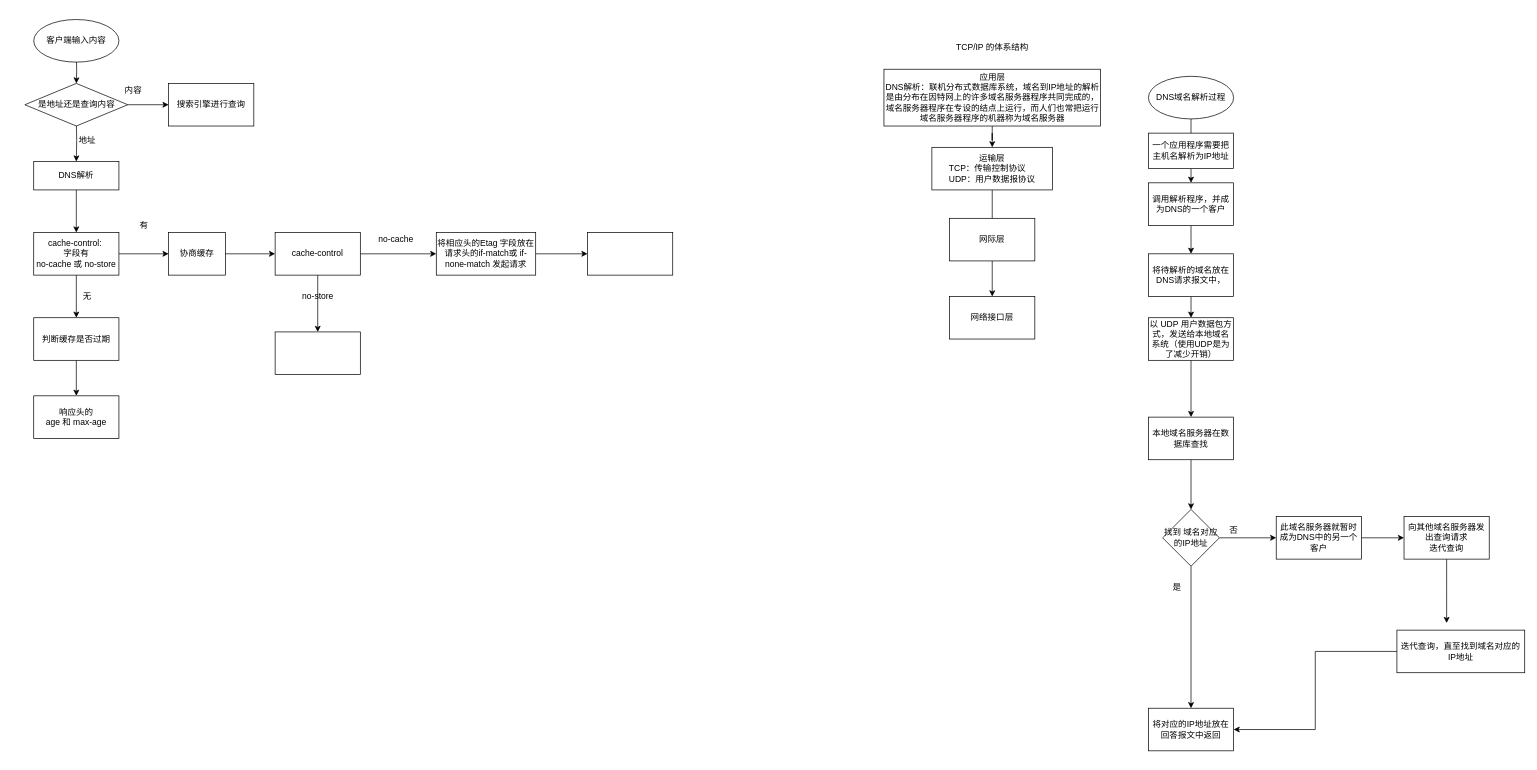
This is source/processs/输入URL发生了什么.drawio from lixingjuan/blog, a draw.io file, before an edit. Source tidied: cells renumbered, new cells numbered last; positions are measured from the earlier drawing's top-left corner, leaving out a move shared by most shapes. Both pictures are drawn from the tidied source at 71%, with x=0, y=0 at pixel (25, 19).
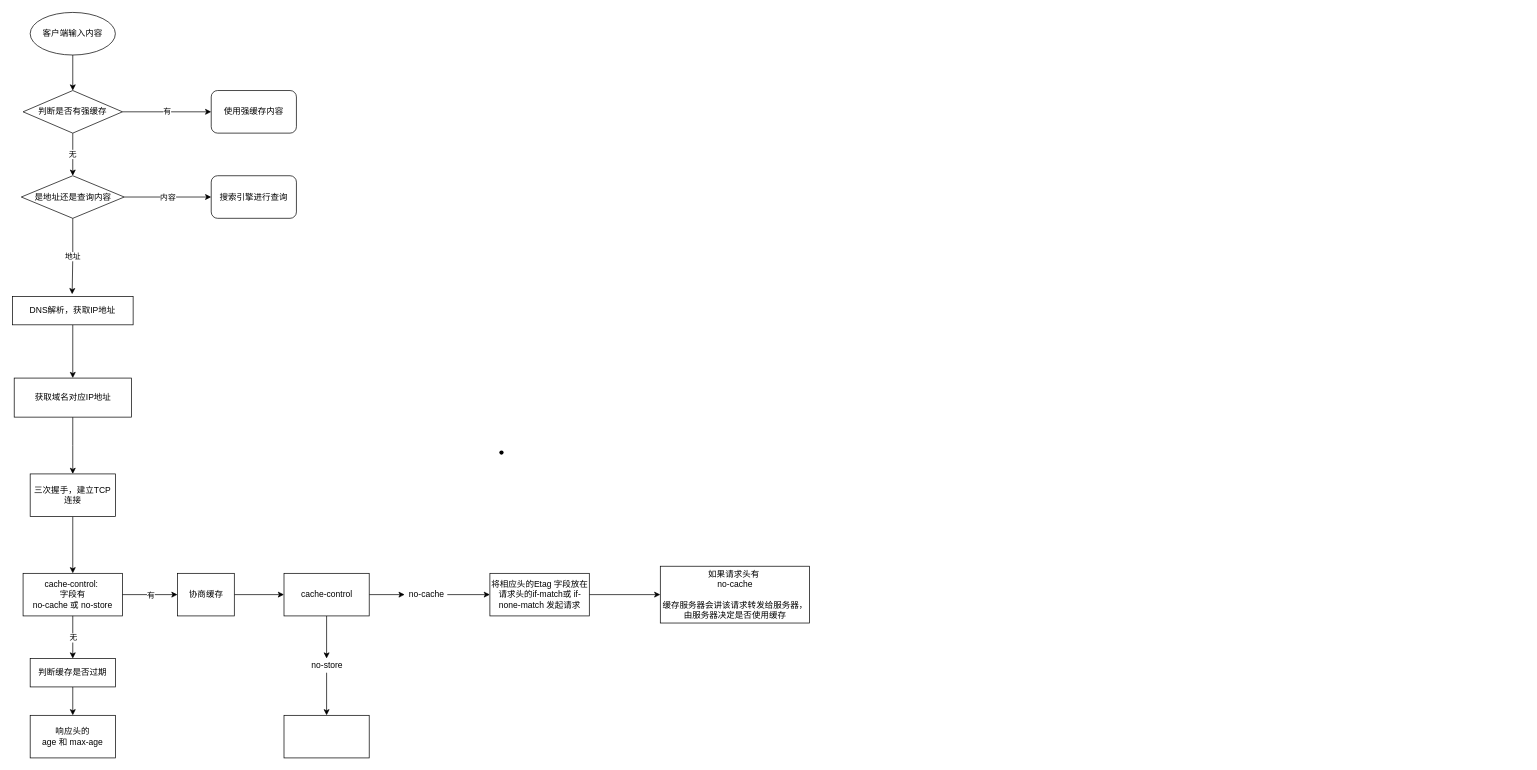
After the change.

Commit message:
fix: 输入URL发生了什么

The edit, as a diff of the source:
```diff
@@
-    <mxCell id="2" style="edgeStyle=orthogonalEdgeStyle;rounded=0;jettySize=auto;html=1;" parent="1" edge="1" target="5">
-      <mxGeometry relative="1" as="geometry">
-        <mxPoint x="72" y="140" as="sourcePoint" />
-      </mxGeometry>
-    </mxCell>
-    <mxCell id="3" style="edgeStyle=orthogonalEdgeStyle;rounded=0;jettySize=auto;html=1;entryX=0.5;entryY=0;entryDx=0;entryDy=0;" parent="1" edge="1" target="26">
-      <mxGeometry relative="1" as="geometry">
-        <mxPoint x="72" y="50" as="sourcePoint" />
-      </mxGeometry>
-    </mxCell>
-    <mxCell id="4" style="edgeStyle=orthogonalEdgeStyle;rounded=0;jettySize=auto;html=1;exitX=0.5;exitY=1;exitDx=0;exitDy=0;" parent="1" edge="1" source="5" target="8">
-      <mxGeometry relative="1" as="geometry" />
-    </mxCell>
+    <mxCell id="63" style="edgeStyle=orthogonalEdgeStyle;rounded=0;jettySize=auto;html=1;" parent="1" edge="1" source="5">
+      <mxGeometry relative="1" as="geometry">
+        <mxPoint x="67" y="640" as="targetPoint" />
+      </mxGeometry>
+    </mxCell>
-    <mxCell id="5" value="DNS解析" style="rounded=0;whiteSpace=wrap;html=1;" parent="1" vertex="1">
-      <mxGeometry x="12" y="200" width="120" height="40" as="geometry" />
+    <mxCell id="5" value="获取域名对应IP地址" style="rounded=0;whiteSpace=wrap;html=1;" parent="1" vertex="1">
+      <mxGeometry x="-15.5" y="505" width="165" height="55" as="geometry" />
     </mxCell>
-    <mxCell id="6" style="edgeStyle=orthogonalEdgeStyle;rounded=0;jettySize=auto;html=1;exitX=1;exitY=0.5;exitDx=0;exitDy=0;" parent="1" edge="1" source="8" target="11">
-      <mxGeometry relative="1" as="geometry" />
-    </mxCell>
-    <mxCell id="7" style="edgeStyle=orthogonalEdgeStyle;rounded=0;jettySize=auto;html=1;exitX=0.5;exitY=1;exitDx=0;exitDy=0;" parent="1" edge="1" source="8" target="13">
-      <mxGeometry relative="1" as="geometry" />
-    </mxCell>
     <mxCell id="8" value="cache-control:&amp;nbsp;&lt;br&gt;字段有&lt;br&gt;no-cache 或 no-store" style="rounded=0;whiteSpace=wrap;html=1;" parent="1" vertex="1">
-      <mxGeometry x="12" y="300" width="120" height="60" as="geometry" />
+      <mxGeometry x="-3" y="780" width="140" height="60" as="geometry" />
     </mxCell>
-    <mxCell id="9" style="edgeStyle=orthogonalEdgeStyle;rounded=0;jettySize=auto;html=1;exitX=1;exitY=0.5;exitDx=0;exitDy=0;" parent="1" edge="1" source="20" target="18">
-      <mxGeometry relative="1" as="geometry" />
-    </mxCell>
-    <mxCell id="10" style="edgeStyle=orthogonalEdgeStyle;rounded=0;jettySize=auto;html=1;entryX=0;entryY=0.5;entryDx=0;entryDy=0;" parent="1" edge="1" source="11" target="20">
+    <mxCell id="10" style="edgeStyle=orthogonalEdgeStyle;rounded=0;jettySize=auto;html=1;" parent="1" edge="1" source="11" target="20">
       <mxGeometry relative="1" as="geometry" />
     </mxCell>
     <mxCell id="11" value="协商缓存" style="rounded=0;whiteSpace=wrap;html=1;" parent="1" vertex="1">
-      <mxGeometry x="202" y="300" width="80" height="60" as="geometry" />
+      <mxGeometry x="214.5" y="780" width="80" height="60" as="geometry" />
     </mxCell>
@@
     <mxCell id="13" value="判断缓存是否过期" style="rounded=0;whiteSpace=wrap;html=1;" parent="1" vertex="1">
-      <mxGeometry x="12" y="420" width="120" height="60" as="geometry" />
+      <mxGeometry x="7" y="900" width="120" height="40" as="geometry" />
     </mxCell>
-    <mxCell id="14" value="有" style="text;html=1;align=center;verticalAlign=middle;strokeColor=none;" parent="1" vertex="1">
-      <mxGeometry x="152" y="280" width="30" height="20" as="geometry" />
-    </mxCell>
     <mxCell id="15" value="响应头的&lt;br&gt;age 和 max-age" style="rounded=0;whiteSpace=wrap;html=1;" parent="1" vertex="1">
-      <mxGeometry x="12" y="530" width="120" height="60" as="geometry" />
+      <mxGeometry x="7" y="980" width="120" height="60" as="geometry" />
     </mxCell>
-    <mxCell id="16" value="无" style="text;html=1;align=center;verticalAlign=middle;strokeColor=none;" parent="1" vertex="1">
-      <mxGeometry x="72" y="380" width="30" height="20" as="geometry" />
-    </mxCell>
-    <mxCell id="17" style="edgeStyle=orthogonalEdgeStyle;rounded=0;jettySize=auto;html=1;entryX=0;entryY=0.5;entryDx=0;entryDy=0;" parent="1" edge="1" source="18" target="24">
-      <mxGeometry relative="1" as="geometry" />
-    </mxCell>
+    <mxCell id="64" style="edgeStyle=orthogonalEdgeStyle;rounded=0;jettySize=auto;html=1;" parent="1" edge="1" source="18" target="72">
+      <mxGeometry relative="1" as="geometry" />
+    </mxCell>
     <mxCell id="18" value="将相应头的Etag 字段放在请求头的if-match或 if-none-match 发起请求" style="whiteSpace=wrap;html=1;rounded=0;" parent="1" vertex="1">
-      <mxGeometry x="579" y="300" width="140" height="60" as="geometry" />
+      <mxGeometry x="654.5" y="780" width="140" height="60" as="geometry" />
     </mxCell>
-    <mxCell id="19" style="edgeStyle=orthogonalEdgeStyle;rounded=0;jettySize=auto;html=1;entryX=0.5;entryY=0;entryDx=0;entryDy=0;" parent="1" edge="1" source="20" target="22">
-      <mxGeometry relative="1" as="geometry" />
-    </mxCell>
+    <mxCell id="65" style="edgeStyle=orthogonalEdgeStyle;rounded=0;jettySize=auto;html=1;" parent="1" edge="1" source="20" target="21">
+      <mxGeometry relative="1" as="geometry" />
+    </mxCell>
+    <mxCell id="66" style="edgeStyle=orthogonalEdgeStyle;rounded=0;jettySize=auto;html=1;" parent="1" edge="1" source="20" target="23">
+      <mxGeometry relative="1" as="geometry" />
+    </mxCell>
     <mxCell id="20" value="cache-control" style="whiteSpace=wrap;html=1;" parent="1" vertex="1">
-      <mxGeometry x="352" y="300" width="120" height="60" as="geometry" />
+      <mxGeometry x="364.5" y="780" width="120" height="60" as="geometry" />
     </mxCell>
+    <mxCell id="67" style="edgeStyle=orthogonalEdgeStyle;rounded=0;jettySize=auto;html=1;" parent="1" edge="1" source="21" target="18">
+      <mxGeometry relative="1" as="geometry" />
+    </mxCell>
     <mxCell id="21" value="no-cache" style="text;html=1;align=center;verticalAlign=middle;points=[];strokeColor=none;" parent="1" vertex="1">
-      <mxGeometry x="492" y="300" width="60" height="20" as="geometry" />
+      <mxGeometry x="534.5" y="800" width="60" height="20" as="geometry" />
     </mxCell>
     <mxCell id="22" style="whiteSpace=wrap;html=1;" parent="1" vertex="1">
-      <mxGeometry x="352" y="440" width="120" height="60" as="geometry" />
+      <mxGeometry x="364.5" y="980" width="120" height="60" as="geometry" />
     </mxCell>
+    <mxCell id="68" style="edgeStyle=orthogonalEdgeStyle;rounded=0;jettySize=auto;html=1;" parent="1" edge="1" source="23" target="22">
+      <mxGeometry relative="1" as="geometry" />
+    </mxCell>
     <mxCell id="23" value="no-store" style="text;html=1;align=center;verticalAlign=middle;points=[];strokeColor=none;" parent="1" vertex="1">
-      <mxGeometry x="382" y="380" width="60" height="20" as="geometry" />
+      <mxGeometry x="394.5" y="900" width="60" height="20" as="geometry" />
     </mxCell>
-    <mxCell id="24" style="whiteSpace=wrap;html=1;" parent="1" vertex="1">
-      <mxGeometry x="792" y="300" width="120" height="60" as="geometry" />
-    </mxCell>
-    <mxCell id="25" style="edgeStyle=orthogonalEdgeStyle;rounded=0;jettySize=auto;html=1;entryX=0;entryY=0.5;entryDx=0;entryDy=0;" parent="1" edge="1" source="26" target="28">
-      <mxGeometry relative="1" as="geometry" />
-    </mxCell>
+    <mxCell id="29" value="内容" style="edgeStyle=orthogonalEdgeStyle;rounded=0;jettySize=auto;html=1;entryX=0;entryY=0.5;entryDx=0;entryDy=0;" parent="1" edge="1" source="26" target="28">
+      <mxGeometry relative="1" as="geometry" />
+    </mxCell>
+    <mxCell id="27" value="地址" style="edgeStyle=orthogonalEdgeStyle;rounded=0;jettySize=auto;html=1;entryX=0.495;entryY=-0.078;entryDx=0;entryDy=0;entryPerimeter=0;" parent="1" edge="1" source="26" target="71">
+      <mxGeometry relative="1" as="geometry" />
+    </mxCell>
     <mxCell id="26" value="是地址还是查询内容" style="rhombus;whiteSpace=wrap;html=1;" parent="1" vertex="1">
-      <mxGeometry x="-0.5" y="90" width="145" height="60" as="geometry" />
+      <mxGeometry x="-5.5" y="220" width="145" height="60" as="geometry" />
     </mxCell>
-    <mxCell id="27" value="地址" style="text;html=1;align=center;verticalAlign=middle;strokeColor=none;" parent="1" vertex="1">
-      <mxGeometry x="67" y="160" width="40" height="20" as="geometry" />
-    </mxCell>
+    <mxCell id="69" style="edgeStyle=orthogonalEdgeStyle;rounded=0;jettySize=auto;html=1;entryX=0.5;entryY=0;entryDx=0;entryDy=0;" parent="1" edge="1" source="30" target="78">
+      <mxGeometry relative="1" as="geometry" />
+    </mxCell>
+    <mxCell id="30" value="客户端输入内容" style="ellipse;whiteSpace=wrap;html=1;" parent="1" vertex="1">
+      <mxGeometry x="7" y="-10" width="120" height="60" as="geometry" />
+    </mxCell>
+    <mxCell id="70" style="edgeStyle=orthogonalEdgeStyle;rounded=0;jettySize=auto;html=1;entryX=0.5;entryY=0;entryDx=0;entryDy=0;" parent="1" edge="1" source="71" target="5">
+      <mxGeometry relative="1" as="geometry" />
+    </mxCell>
+    <mxCell id="71" value="DNS解析，获取IP地址" style="whiteSpace=wrap;html=1;" parent="1" vertex="1">
+      <mxGeometry x="-18" y="390" width="170" height="40" as="geometry" />
+    </mxCell>
+    <mxCell id="72" value="如果请求头有&amp;nbsp;&lt;br&gt;no-cache&lt;br&gt;&lt;br&gt;缓存服务器会讲该请求转发给服务器，由服务器决定是否使用缓存" style="whiteSpace=wrap;html=1;" parent="1" vertex="1">
+      <mxGeometry x="894.5" y="770" width="210" height="80" as="geometry" />
+    </mxCell>
+    <mxCell id="6" style="endArrow=classic;html=1;entryX=0;entryY=0.5;entryDx=0;entryDy=0;" parent="1" edge="1" source="8" target="11">
+      <mxGeometry relative="1" as="geometry" />
+    </mxCell>
+    <mxCell id="73" value="有" style="edgeLabel;html=1;align=center;verticalAlign=middle;" parent="6" vertex="1">
+      <mxGeometry relative="1" as="geometry" />
+    </mxCell>
+    <mxCell id="7" style="endArrow=classic;html=1;exitX=0.5;exitY=1;exitDx=0;exitDy=0;entryX=0.5;entryY=0;entryDx=0;entryDy=0;" parent="1" edge="1" source="8" target="13">
+      <mxGeometry relative="1" as="geometry" />
+    </mxCell>
+    <mxCell id="74" value="无" style="edgeLabel;html=1;align=center;verticalAlign=middle;" parent="7" vertex="1">
+      <mxGeometry relative="1" as="geometry" />
+    </mxCell>
+    <mxCell id="75" style="shape=waypoint;sketch=0;size=6;fillColor=none;perimeter=centerPerimeter;" parent="1" vertex="1">
+      <mxGeometry x="650.8" y="590" width="40" height="40" as="geometry" />
+    </mxCell>
+    <mxCell id="76" value="有" style="edgeStyle=orthogonalEdgeStyle;rounded=0;jettySize=auto;html=1;entryX=0;entryY=0.5;entryDx=0;entryDy=0;" parent="1" edge="1" source="78" target="79">
+      <mxGeometry relative="1" as="geometry" />
+    </mxCell>
+    <mxCell id="77" value="无" style="edgeStyle=orthogonalEdgeStyle;rounded=0;jettySize=auto;html=1;entryX=0.5;entryY=0;entryDx=0;entryDy=0;" parent="1" edge="1" source="78" target="26">
+      <mxGeometry relative="1" as="geometry" />
+    </mxCell>
+    <mxCell id="78" value="&lt;span&gt;判断是否有强缓存&lt;/span&gt;" style="rhombus;whiteSpace=wrap;html=1;" parent="1" vertex="1">
+      <mxGeometry x="-3" y="100" width="140" height="60" as="geometry" />
+    </mxCell>
+    <mxCell id="79" value="使用强缓存内容" style="rounded=1;whiteSpace=wrap;html=1;" parent="1" vertex="1">
+      <mxGeometry x="262" y="100" width="120" height="60" as="geometry" />
+    </mxCell>
-    <mxCell id="28" value="搜索引擎进行查询" style="whiteSpace=wrap;html=1;" parent="1" vertex="1">
-      <mxGeometry x="202" y="90" width="120" height="60" as="geometry" />
+    <mxCell id="28" value="&lt;span&gt;搜索引擎进行查询&lt;/span&gt;" style="rounded=1;whiteSpace=wrap;html=1;" parent="1" vertex="1">
+      <mxGeometry x="262" y="220" width="120" height="60" as="geometry" />
     </mxCell>
-    <mxCell id="29" value="内容" style="text;html=1;align=center;verticalAlign=middle;strokeColor=none;" parent="1" vertex="1">
-      <mxGeometry x="132" y="90" width="40" height="20" as="geometry" />
-    </mxCell>
-    <mxCell id="30" value="客户端输入内容" style="ellipse;whiteSpace=wrap;html=1;" parent="1" vertex="1">
-      <mxGeometry x="12" width="120" height="60" as="geometry" />
-    </mxCell>
-    <mxCell id="31" style="edgeStyle=orthogonalEdgeStyle;rounded=0;jettySize=auto;html=1;entryX=0.5;entryY=0;entryDx=0;entryDy=0;" parent="1" edge="1" source="32" target="35">
-      <mxGeometry relative="1" as="geometry" />
-    </mxCell>
-    <mxCell id="32" value="应用层&lt;br&gt;DNS解析：联机分布式数据库系统，域名到IP地址的解析是由分布在因特网上的许多域名服务器程序共同完成的，域名服务器程序在专设的结点上运行，而人们也常把运行域名服务器程序的机器称为域名服务器" style="whiteSpace=wrap;html=1;" parent="1" vertex="1">
-      <mxGeometry x="1209.5" y="70" width="305" height="80" as="geometry" />
-    </mxCell>
-    <mxCell id="33" value="TCP/IP 的体系结构" style="text;html=1;align=center;verticalAlign=middle;strokeColor=none;" parent="1" vertex="1">
-      <mxGeometry x="1302" y="30" width="120" height="20" as="geometry" />
-    </mxCell>
-    <mxCell id="34" style="edgeStyle=orthogonalEdgeStyle;rounded=0;jettySize=auto;html=1;" parent="1" edge="1" source="35">
-      <mxGeometry relative="1" as="geometry">
-        <mxPoint x="1362" y="310" as="targetPoint" />
-      </mxGeometry>
-    </mxCell>
-    <mxCell id="35" value="运输层&lt;br&gt;&lt;div style=&quot;text-align: left&quot;&gt;&lt;span&gt;TCP：传输控制协议&lt;/span&gt;&lt;/div&gt;UDP：用户数据报协议" style="whiteSpace=wrap;html=1;" parent="1" vertex="1">
-      <mxGeometry x="1277" y="180" width="170" height="60" as="geometry" />
-    </mxCell>
-    <mxCell id="36" style="edgeStyle=orthogonalEdgeStyle;rounded=0;jettySize=auto;html=1;entryX=0.5;entryY=0;entryDx=0;entryDy=0;" parent="1" edge="1" source="37" target="38">
-      <mxGeometry relative="1" as="geometry" />
-    </mxCell>
-    <mxCell id="37" value="网际层" style="whiteSpace=wrap;html=1;" parent="1" vertex="1">
-      <mxGeometry x="1302" y="280" width="120" height="60" as="geometry" />
-    </mxCell>
-    <mxCell id="38" value="网络接口层" style="whiteSpace=wrap;html=1;" parent="1" vertex="1">
-      <mxGeometry x="1302" y="390" width="120" height="60" as="geometry" />
-    </mxCell>
-    <mxCell id="39" style="edgeStyle=orthogonalEdgeStyle;rounded=0;jettySize=auto;html=1;" parent="1" edge="1" source="40">
-      <mxGeometry relative="1" as="geometry">
-        <mxPoint x="1642" y="170" as="targetPoint" />
-      </mxGeometry>
-    </mxCell>
-    <mxCell id="40" value="DNS域名解析过程" style="ellipse;whiteSpace=wrap;html=1;" parent="1" vertex="1">
-      <mxGeometry x="1582" y="80" width="120" height="60" as="geometry" />
-    </mxCell>
-    <mxCell id="41" style="edgeStyle=orthogonalEdgeStyle;rounded=0;jettySize=auto;html=1;" parent="1" edge="1" source="42">
-      <mxGeometry relative="1" as="geometry">
-        <mxPoint x="1642" y="230" as="targetPoint" />
-      </mxGeometry>
-    </mxCell>
-    <mxCell id="42" value="一个应用程序需要把主机名解析为IP地址" style="whiteSpace=wrap;html=1;" parent="1" vertex="1">
-      <mxGeometry x="1582" y="160" width="120" height="50" as="geometry" />
-    </mxCell>
-    <mxCell id="43" style="edgeStyle=orthogonalEdgeStyle;rounded=0;jettySize=auto;html=1;entryX=0.5;entryY=0;entryDx=0;entryDy=0;" parent="1" edge="1" source="44" target="46">
-      <mxGeometry relative="1" as="geometry" />
-    </mxCell>
-    <mxCell id="44" value="调用解析程序，并成为DNS的一个客户" style="whiteSpace=wrap;html=1;" parent="1" vertex="1">
-      <mxGeometry x="1582" y="230" width="120" height="60" as="geometry" />
-    </mxCell>
-    <mxCell id="45" style="edgeStyle=orthogonalEdgeStyle;rounded=0;jettySize=auto;html=1;" parent="1" edge="1" source="46">
-      <mxGeometry relative="1" as="geometry">
-        <mxPoint x="1642" y="420" as="targetPoint" />
-      </mxGeometry>
-    </mxCell>
-    <mxCell id="46" value="将待解析的域名放在DNS请求报文中，" style="whiteSpace=wrap;html=1;" parent="1" vertex="1">
-      <mxGeometry x="1582" y="330" width="120" height="60" as="geometry" />
-    </mxCell>
-    <mxCell id="47" style="edgeStyle=orthogonalEdgeStyle;rounded=0;jettySize=auto;html=1;" parent="1" edge="1" source="48" target="50">
-      <mxGeometry relative="1" as="geometry" />
-    </mxCell>
-    <mxCell id="48" value="以 UDP 用户数据包方式，发送给本地域名系统（使用UDP是为了减少开销）" style="whiteSpace=wrap;html=1;" parent="1" vertex="1">
-      <mxGeometry x="1582" y="420" width="120" height="60" as="geometry" />
-    </mxCell>
-    <mxCell id="49" style="edgeStyle=orthogonalEdgeStyle;rounded=0;jettySize=auto;html=1;" parent="1" edge="1" source="50" target="53">
-      <mxGeometry relative="1" as="geometry" />
-    </mxCell>
-    <mxCell id="50" value="本地域名服务器在数据库查找" style="whiteSpace=wrap;html=1;" parent="1" vertex="1">
-      <mxGeometry x="1582" y="560" width="120" height="60" as="geometry" />
-    </mxCell>
-    <mxCell id="51" style="edgeStyle=orthogonalEdgeStyle;rounded=0;jettySize=auto;html=1;" parent="1" edge="1" source="53" target="54">
-      <mxGeometry relative="1" as="geometry" />
-    </mxCell>
-    <mxCell id="52" style="edgeStyle=orthogonalEdgeStyle;rounded=0;jettySize=auto;html=1;" parent="1" edge="1" source="53" target="57">
-      <mxGeometry relative="1" as="geometry" />
-    </mxCell>
-    <mxCell id="53" value="找到 域名对应的IP地址" style="rhombus;whiteSpace=wrap;html=1;" parent="1" vertex="1">
-      <mxGeometry x="1602" y="690" width="80" height="80" as="geometry" />
-    </mxCell>
-    <mxCell id="54" value="将对应的IP地址放在回答报文中返回" style="whiteSpace=wrap;html=1;" parent="1" vertex="1">
-      <mxGeometry x="1582" y="970" width="120" height="60" as="geometry" />
-    </mxCell>
-    <mxCell id="55" value="是" style="text;html=1;align=center;verticalAlign=middle;strokeColor=none;" parent="1" vertex="1">
-      <mxGeometry x="1607" y="790" width="30" height="20" as="geometry" />
-    </mxCell>
-    <mxCell id="56" style="edgeStyle=orthogonalEdgeStyle;rounded=0;jettySize=auto;html=1;" parent="1" edge="1" source="57" target="60">
-      <mxGeometry relative="1" as="geometry" />
-    </mxCell>
-    <mxCell id="57" value="此域名服务器就暂时成为DNS中的另一个客户" style="whiteSpace=wrap;html=1;" parent="1" vertex="1">
-      <mxGeometry x="1762" y="700" width="120" height="60" as="geometry" />
-    </mxCell>
-    <mxCell id="58" value="否" style="text;html=1;align=center;verticalAlign=middle;strokeColor=none;" parent="1" vertex="1">
-      <mxGeometry x="1687" y="710" width="30" height="20" as="geometry" />
-    </mxCell>
-    <mxCell id="59" style="edgeStyle=orthogonalEdgeStyle;rounded=0;jettySize=auto;html=1;" parent="1" edge="1" source="60">
-      <mxGeometry relative="1" as="geometry">
-        <mxPoint x="2002" y="850" as="targetPoint" />
-      </mxGeometry>
-    </mxCell>
-    <mxCell id="60" value="向其他域名服务器发出查询请求&lt;br&gt;迭代查询" style="whiteSpace=wrap;html=1;" parent="1" vertex="1">
-      <mxGeometry x="1942" y="700" width="120" height="60" as="geometry" />
-    </mxCell>
-    <mxCell id="61" style="edgeStyle=orthogonalEdgeStyle;rounded=0;jettySize=auto;html=1;entryX=1;entryY=0.5;entryDx=0;entryDy=0;" parent="1" edge="1" source="62" target="54">
-      <mxGeometry relative="1" as="geometry" />
-    </mxCell>
-    <mxCell id="62" value="迭代查询，直至找到域名对应的IP地址" style="whiteSpace=wrap;html=1;" parent="1" vertex="1">
-      <mxGeometry x="1932" y="860" width="180" height="60" as="geometry" />
-    </mxCell>
+    <mxCell id="80" style="edgeStyle=orthogonalEdgeStyle;rounded=0;jettySize=auto;html=1;" parent="1" edge="1" source="81" target="8">
+      <mxGeometry relative="1" as="geometry" />
+    </mxCell>
+    <mxCell id="81" value="三次握手，建立TCP连接" style="whiteSpace=wrap;html=1;" parent="1" vertex="1">
+      <mxGeometry x="7" y="640" width="120" height="60" as="geometry" />
+    </mxCell>
```
